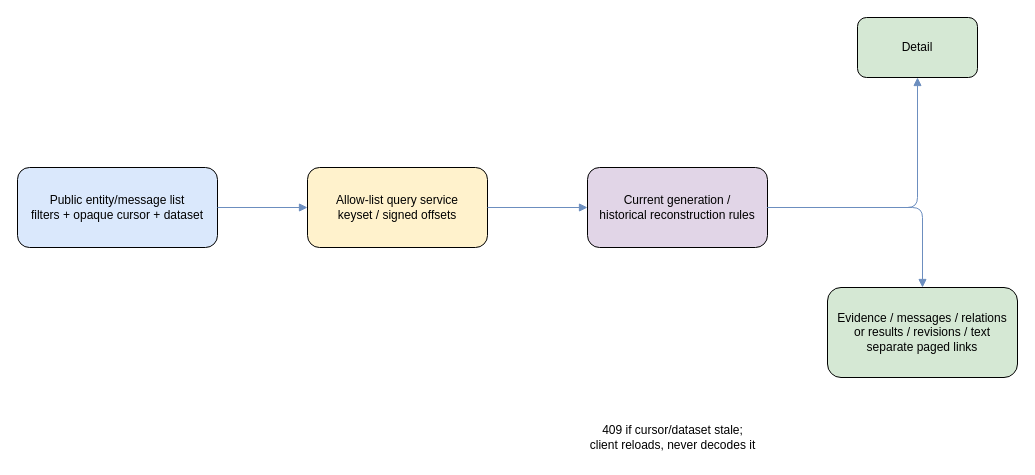
This is docs/diagrams/public-catalogue-evidence.drawio from sql-monk/Puluj-g, a draw.io file, before an edit. Source tidied: cells renumbered, new cells numbered last; positions are measured from the earlier drawing's top-left corner, leaving out a move shared by most shapes. Both pictures are drawn from the tidied source at 100%, with x=0, y=0 at pixel (17, 17).
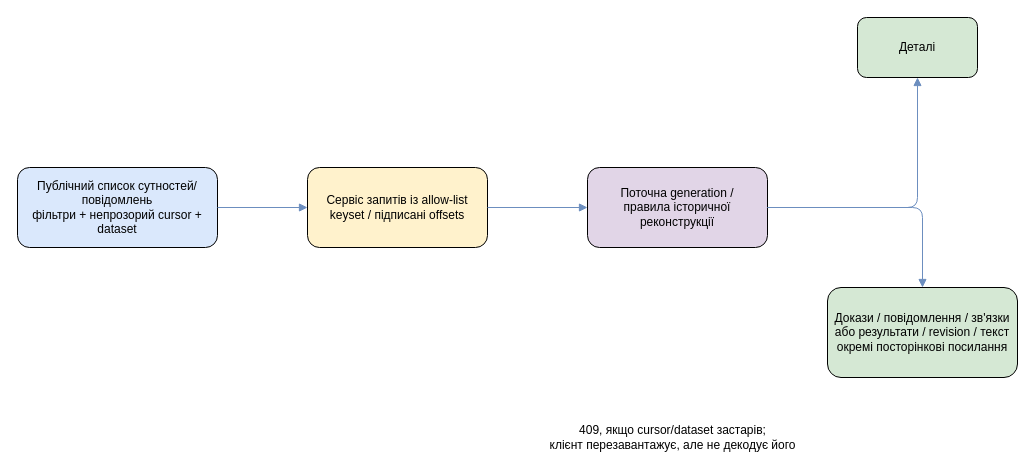
Above is the later version.

Change to the diagram source:
```diff
@@
 <mxGraphModel>
   <root>
     <mxCell id="0" />
     <mxCell id="1" parent="0" />
-    <mxCell id="2" value="Public entity/message list&#10;filters + opaque cursor + dataset" style="rounded=1;whiteSpace=wrap;html=1;fillColor=#dae8fc;" parent="1" vertex="1">
+    <mxCell id="2" value="Публічний список сутностей/повідомлень&#10;фільтри + непрозорий cursor + dataset" style="rounded=1;whiteSpace=wrap;html=1;fillColor=#dae8fc;" parent="1" vertex="1">
       <mxGeometry y="150" width="200" height="80" as="geometry" />
     </mxCell>
-    <mxCell id="3" value="Allow-list query service&#10;keyset / signed offsets" style="rounded=1;whiteSpace=wrap;html=1;fillColor=#fff2cc;" parent="1" vertex="1">
+    <mxCell id="3" value="Сервіс запитів із allow-list&#10;keyset / підписані offsets" style="rounded=1;whiteSpace=wrap;html=1;fillColor=#fff2cc;" parent="1" vertex="1">
       <mxGeometry x="290" y="150" width="180" height="80" as="geometry" />
     </mxCell>
-    <mxCell id="4" value="Current generation /&#10;historical reconstruction rules" style="rounded=1;whiteSpace=wrap;html=1;fillColor=#e1d5e7;" parent="1" vertex="1">
+    <mxCell id="4" value="Поточна generation /&#10;правила історичної реконструкції" style="rounded=1;whiteSpace=wrap;html=1;fillColor=#e1d5e7;" parent="1" vertex="1">
       <mxGeometry x="570" y="150" width="180" height="80" as="geometry" />
     </mxCell>
-    <mxCell id="5" value="Detail" style="rounded=1;whiteSpace=wrap;html=1;fillColor=#d5e8d4;" parent="1" vertex="1">
+    <mxCell id="5" value="Деталі" style="rounded=1;whiteSpace=wrap;html=1;fillColor=#d5e8d4;" parent="1" vertex="1">
       <mxGeometry x="840" width="120" height="60" as="geometry" />
     </mxCell>
-    <mxCell id="6" value="Evidence / messages / relations&#10;or results / revisions / text&#10;separate paged links" style="rounded=1;whiteSpace=wrap;html=1;fillColor=#d5e8d4;" parent="1" vertex="1">
+    <mxCell id="6" value="Докази / повідомлення / зв'язки&#10;або результати / revision / текст&#10;окремі посторінкові посилання" style="rounded=1;whiteSpace=wrap;html=1;fillColor=#d5e8d4;" parent="1" vertex="1">
       <mxGeometry x="810" y="270" width="190" height="90" as="geometry" />
     </mxCell>
-    <mxCell id="7" value="409 if cursor/dataset stale;&#10;client reloads, never decodes it" style="text;html=1;align=center;verticalAlign=middle;" parent="1" vertex="1">
+    <mxCell id="7" value="409, якщо cursor/dataset застарів;&#10;клієнт перезавантажує, але не декодує його" style="text;html=1;align=center;verticalAlign=middle;" parent="1" vertex="1">
       <mxGeometry x="470" y="400" width="370" height="40" as="geometry" />
     </mxCell>
     <mxCell id="8" style="edgeStyle=orthogonalEdgeStyle;html=1;endArrow=block;strokeColor=#6c8ebf;" parent="1" edge="1" source="2" target="3">
       <mxGeometry relative="1" as="geometry" />
     </mxCell>
     <mxCell id="9" style="edgeStyle=orthogonalEdgeStyle;html=1;endArrow=block;strokeColor=#6c8ebf;" parent="1" edge="1" source="3" target="4">
       <mxGeometry relative="1" as="geometry" />
     </mxCell>
     <mxCell id="10" style="edgeStyle=orthogonalEdgeStyle;html=1;endArrow=block;strokeColor=#6c8ebf;" parent="1" edge="1" source="4" target="5">
       <mxGeometry relative="1" as="geometry" />
     </mxCell>
     <mxCell id="11" style="edgeStyle=orthogonalEdgeStyle;html=1;endArrow=block;strokeColor=#6c8ebf;" parent="1" edge="1" source="4" target="6">
       <mxGeometry relative="1" as="geometry" />
     </mxCell>
   </root>
 </mxGraphModel>
```
